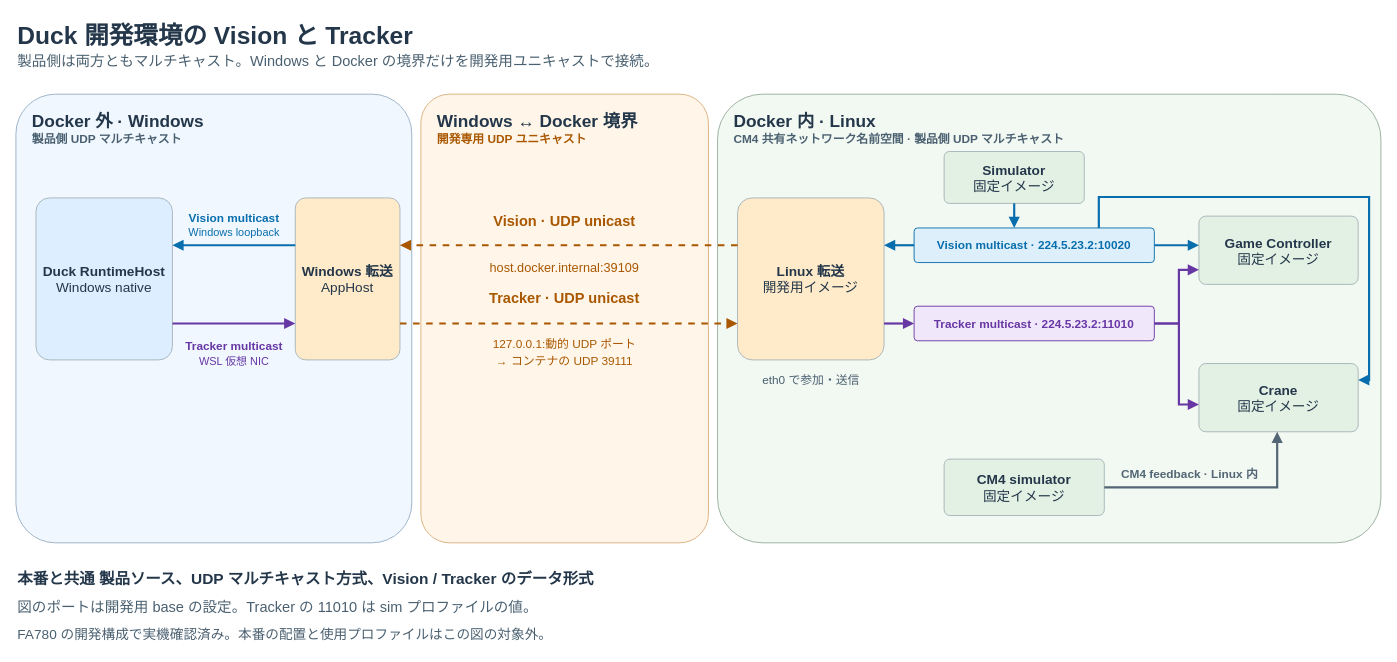
This is Testing/duck-development-udp.drawio from ibis-ssl/Duck, a draw.io file, before an edit. Source tidied: cells renumbered, new cells numbered last; positions are measured from the earlier drawing's top-left corner, leaving out a move shared by most shapes. Both pictures are drawn from the tidied source at 91%, with x=0, y=0 at pixel (15, 15).
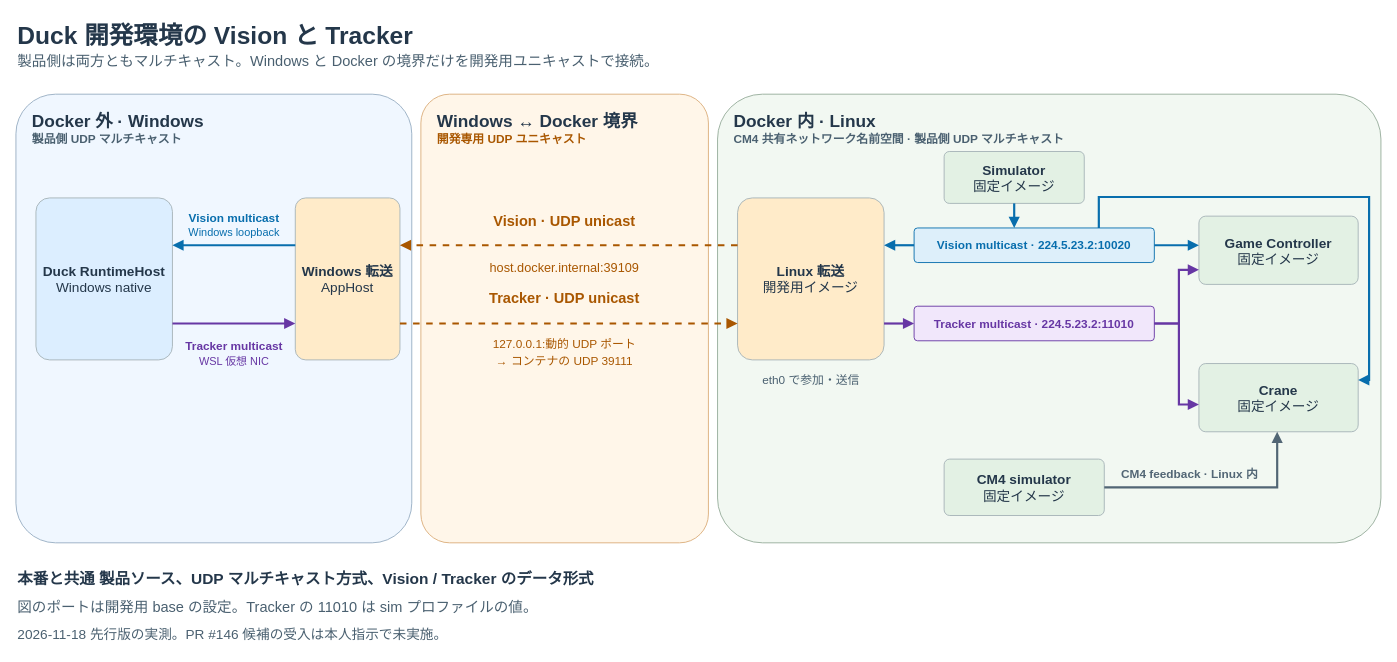
After the change.

The edit, as a diff of the source:
```diff
@@
-    <mxCell id="47" value="FA780 の開発構成で実機確認済み。本番の配置と使用プロファイルはこの図の対象外。" style="text;align=left;verticalAlign=middle;fontSize=15;fontColor=#4A6070;" parent="1" vertex="1">
+    <mxCell id="47" value="2026-11-18 先行版の実測。PR #146 候補の受入は本人指示で未実施。" style="text;align=left;verticalAlign=middle;fontSize=15;fontColor=#4A6070;" parent="1" vertex="1">
       <mxGeometry y="665.5" width="1500" height="27" as="geometry" />
     </mxCell>
```
